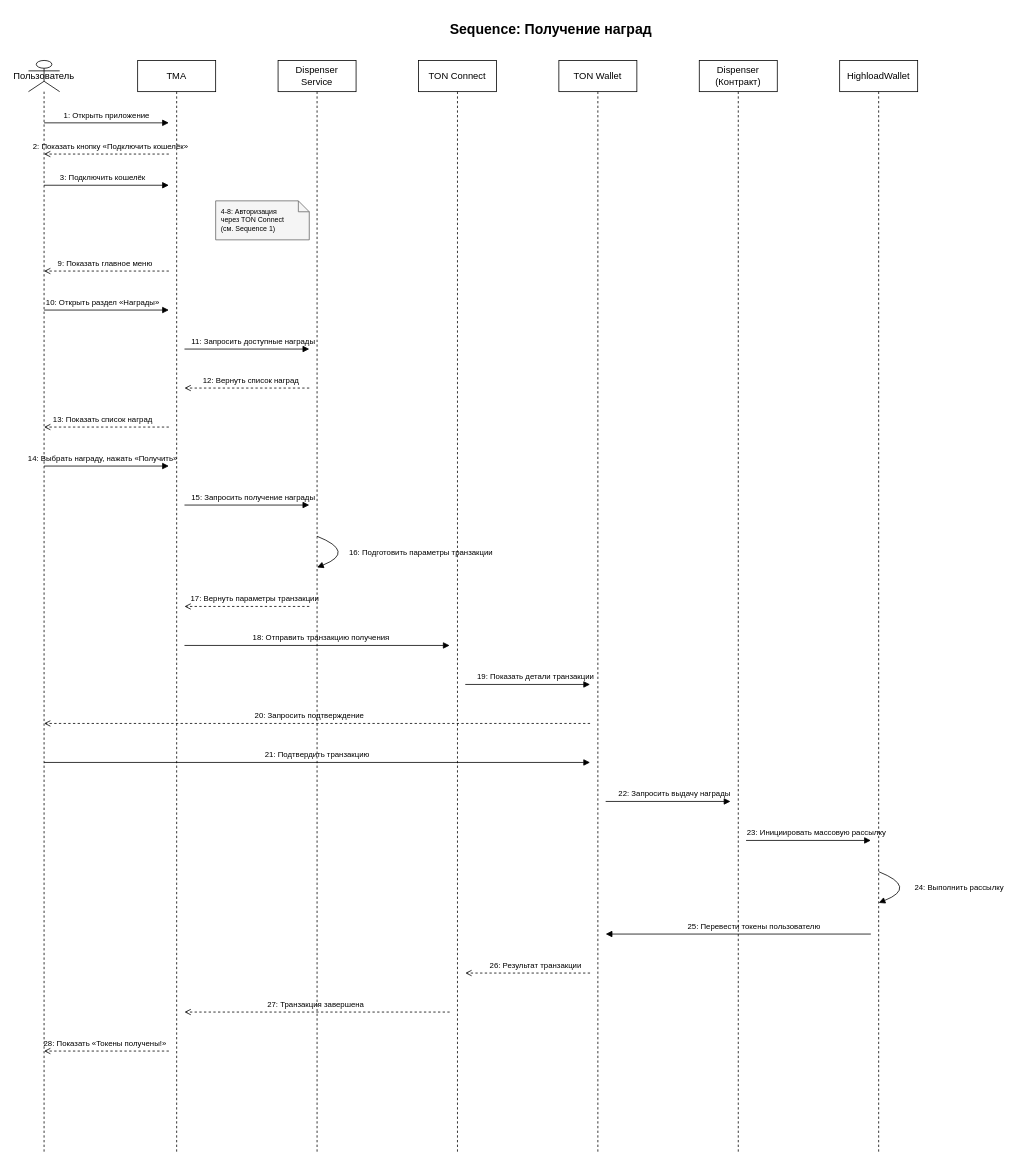
Before: diagrams/uml-sequence/sequence3.drawio in dondarubin/system-engineering-playbook, a draw.io diagram. Source tidied: cells renumbered, new cells numbered last; positions are measured from the earlier drawing's top-left corner, leaving out a move shared by most shapes. Both pictures are drawn from the tidied source at 78%, with x=0, y=0 at pixel (24, 13).
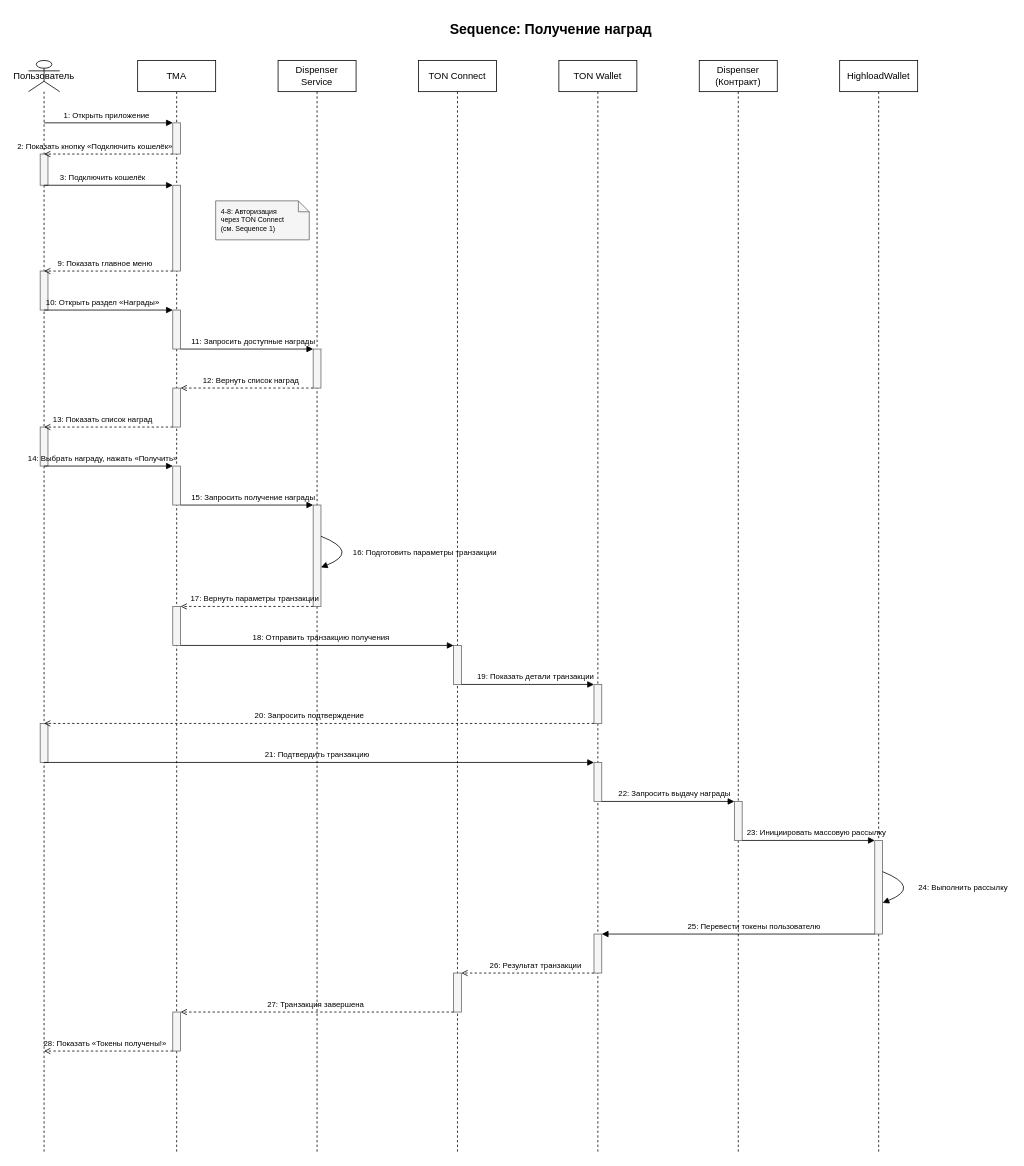
After the change.

Unchanged cells that the change refers to:
```xml
<mxCell id="3" value="Пользователь" style="shape=umlLifeline;perimeter=lifelinePerimeter;whiteSpace=wrap;html=1;participant=umlActor;" parent="1" vertex="1">
  <mxGeometry x="5" y="60" width="40" height="1400" as="geometry" />
</mxCell>
<mxCell id="4" value="TMA" style="shape=umlLifeline;perimeter=lifelinePerimeter;whiteSpace=wrap;html=1;" parent="1" vertex="1">
  <mxGeometry x="145" y="60" width="100" height="1400" as="geometry" />
</mxCell>
<mxCell id="5" value="Dispenser&#10;Service" style="shape=umlLifeline;perimeter=lifelinePerimeter;whiteSpace=wrap;html=1;" parent="1" vertex="1">
  <mxGeometry x="325" y="60" width="100" height="1400" as="geometry" />
</mxCell>
<mxCell id="6" value="TON Connect" style="shape=umlLifeline;perimeter=lifelinePerimeter;whiteSpace=wrap;html=1;" parent="1" vertex="1">
  <mxGeometry x="505" y="60" width="100" height="1400" as="geometry" />
</mxCell>
<mxCell id="7" value="TON Wallet" style="shape=umlLifeline;perimeter=lifelinePerimeter;whiteSpace=wrap;html=1;" parent="1" vertex="1">
  <mxGeometry x="685" y="60" width="100" height="1400" as="geometry" />
</mxCell>
<mxCell id="8" value="Dispenser&#10;(Контракт)" style="shape=umlLifeline;perimeter=lifelinePerimeter;whiteSpace=wrap;html=1;" parent="1" vertex="1">
  <mxGeometry x="865" y="60" width="100" height="1400" as="geometry" />
</mxCell>
<mxCell id="9" value="HighloadWallet" style="shape=umlLifeline;perimeter=lifelinePerimeter;whiteSpace=wrap;html=1;" parent="1" vertex="1">
  <mxGeometry x="1045" y="60" width="100" height="1400" as="geometry" />
</mxCell>
```

Change to the diagram source:
```diff
@@
+    <mxCell id="57" style="rounded=0;whiteSpace=wrap;html=1;fillColor=#f5f5f5;strokeColor=#666666;" parent="3" vertex="1">
+      <mxGeometry x="15" y="270" width="10" height="50" as="geometry" />
+    </mxCell>
+    <mxCell id="58" style="rounded=0;whiteSpace=wrap;html=1;fillColor=#f5f5f5;strokeColor=#666666;" parent="3" vertex="1">
+      <mxGeometry x="15" y="470" width="10" height="50" as="geometry" />
+    </mxCell>
+    <mxCell id="59" style="rounded=0;whiteSpace=wrap;html=1;fillColor=#f5f5f5;strokeColor=#666666;" parent="3" vertex="1">
+      <mxGeometry x="15" y="850" width="10" height="50" as="geometry" />
+    </mxCell>
+    <mxCell id="60" style="rounded=0;whiteSpace=wrap;html=1;fillColor=#f5f5f5;strokeColor=#666666;" parent="3" vertex="1">
+      <mxGeometry x="15" y="120" width="10" height="40" as="geometry" />
+    </mxCell>
@@
+    <mxCell id="61" style="rounded=0;whiteSpace=wrap;html=1;fillColor=#f5f5f5;strokeColor=#666666;" parent="4" vertex="1">
+      <mxGeometry x="45" y="1220" width="10" height="50" as="geometry" />
+    </mxCell>
+    <mxCell id="62" style="rounded=0;whiteSpace=wrap;html=1;fillColor=#f5f5f5;strokeColor=#666666;" parent="4" vertex="1">
+      <mxGeometry x="45" y="80" width="10" height="40" as="geometry" />
+    </mxCell>
+    <mxCell id="63" style="rounded=0;whiteSpace=wrap;html=1;fillColor=#f5f5f5;strokeColor=#666666;" parent="4" vertex="1">
+      <mxGeometry x="45" y="160" width="10" height="110" as="geometry" />
+    </mxCell>
+    <mxCell id="64" style="rounded=0;whiteSpace=wrap;html=1;fillColor=#f5f5f5;strokeColor=#666666;" parent="4" vertex="1">
+      <mxGeometry x="45" y="320" width="10" height="50" as="geometry" />
+    </mxCell>
+    <mxCell id="65" style="rounded=0;whiteSpace=wrap;html=1;fillColor=#f5f5f5;strokeColor=#666666;" parent="4" vertex="1">
+      <mxGeometry x="45" y="420" width="10" height="50" as="geometry" />
+    </mxCell>
+    <mxCell id="66" style="rounded=0;whiteSpace=wrap;html=1;fillColor=#f5f5f5;strokeColor=#666666;" parent="4" vertex="1">
+      <mxGeometry x="45" y="520" width="10" height="50" as="geometry" />
+    </mxCell>
+    <mxCell id="67" style="rounded=0;whiteSpace=wrap;html=1;fillColor=#f5f5f5;strokeColor=#666666;" parent="4" vertex="1">
+      <mxGeometry x="45" y="700" width="10" height="50" as="geometry" />
+    </mxCell>
@@
+    <mxCell id="68" style="rounded=0;whiteSpace=wrap;html=1;fillColor=#f5f5f5;strokeColor=#666666;" parent="5" vertex="1">
+      <mxGeometry x="45" y="370" width="10" height="50" as="geometry" />
+    </mxCell>
+    <mxCell id="69" style="rounded=0;whiteSpace=wrap;html=1;fillColor=#f5f5f5;strokeColor=#666666;" parent="5" vertex="1">
+      <mxGeometry x="45" y="570" width="10" height="130" as="geometry" />
+    </mxCell>
@@
+    <mxCell id="70" style="rounded=0;whiteSpace=wrap;html=1;fillColor=#f5f5f5;strokeColor=#666666;" parent="6" vertex="1">
+      <mxGeometry x="45" y="750" width="10" height="50" as="geometry" />
+    </mxCell>
+    <mxCell id="71" style="rounded=0;whiteSpace=wrap;html=1;fillColor=#f5f5f5;strokeColor=#666666;" parent="6" vertex="1">
+      <mxGeometry x="45" y="1170" width="10" height="50" as="geometry" />
+    </mxCell>
@@
+    <mxCell id="72" style="rounded=0;whiteSpace=wrap;html=1;fillColor=#f5f5f5;strokeColor=#666666;" parent="7" vertex="1">
+      <mxGeometry x="45" y="800" width="10" height="50" as="geometry" />
+    </mxCell>
+    <mxCell id="73" style="rounded=0;whiteSpace=wrap;html=1;fillColor=#f5f5f5;strokeColor=#666666;" parent="7" vertex="1">
+      <mxGeometry x="45" y="900" width="10" height="50" as="geometry" />
+    </mxCell>
+    <mxCell id="74" style="rounded=0;whiteSpace=wrap;html=1;fillColor=#f5f5f5;strokeColor=#666666;" parent="7" vertex="1">
+      <mxGeometry x="45" y="1120" width="10" height="50" as="geometry" />
+    </mxCell>
@@
+    <mxCell id="75" style="rounded=0;whiteSpace=wrap;html=1;fillColor=#f5f5f5;strokeColor=#666666;" parent="8" vertex="1">
+      <mxGeometry x="45" y="950" width="10" height="50" as="geometry" />
+    </mxCell>
@@
+    <mxCell id="76" style="rounded=0;whiteSpace=wrap;html=1;fillColor=#f5f5f5;strokeColor=#666666;" parent="9" vertex="1">
+      <mxGeometry x="45" y="1000" width="10" height="120" as="geometry" />
+    </mxCell>
     <mxCell id="10" style="html=1;verticalAlign=bottom;endArrow=block;rounded=0;" parent="1" edge="1">
       <mxGeometry relative="1" as="geometry">
         <mxPoint x="25" y="140" as="sourcePoint" />
-        <mxPoint x="185" y="140" as="targetPoint" />
+        <mxPoint x="190" y="140" as="targetPoint" />
       </mxGeometry>
     </mxCell>
@@
     <mxCell id="12" style="html=1;verticalAlign=bottom;endArrow=open;dashed=1;rounded=0;" parent="1" edge="1">
       <mxGeometry relative="1" as="geometry">
-        <mxPoint x="185" y="180" as="sourcePoint" />
+        <mxPoint x="190" y="180" as="sourcePoint" />
         <mxPoint x="25" y="180" as="targetPoint" />
       </mxGeometry>
     </mxCell>
     <mxCell id="13" value="2: Показать кнопку «Подключить кошелёк»" style="text;html=1;align=center;verticalAlign=middle;fontSize=10;" parent="1" vertex="1">
-      <mxGeometry x="10" y="160" width="200" height="20" as="geometry" />
+      <mxGeometry x="-10" y="160" width="200" height="20" as="geometry" />
     </mxCell>
     <mxCell id="14" style="html=1;verticalAlign=bottom;endArrow=block;rounded=0;" parent="1" edge="1">
       <mxGeometry relative="1" as="geometry">
         <mxPoint x="25" y="220" as="sourcePoint" />
-        <mxPoint x="185" y="220" as="targetPoint" />
+        <mxPoint x="190" y="220" as="targetPoint" />
       </mxGeometry>
     </mxCell>
@@
     <mxCell id="17" style="html=1;verticalAlign=bottom;endArrow=open;dashed=1;rounded=0;" parent="1" edge="1">
       <mxGeometry relative="1" as="geometry">
-        <mxPoint x="185" y="330" as="sourcePoint" />
+        <mxPoint x="190" y="330" as="sourcePoint" />
         <mxPoint x="25" y="330" as="targetPoint" />
       </mxGeometry>
     </mxCell>
@@
     <mxCell id="19" style="html=1;verticalAlign=bottom;endArrow=block;rounded=0;" parent="1" edge="1">
       <mxGeometry relative="1" as="geometry">
         <mxPoint x="25" y="380" as="sourcePoint" />
-        <mxPoint x="185" y="380" as="targetPoint" />
+        <mxPoint x="190" y="380" as="targetPoint" />
       </mxGeometry>
     </mxCell>
@@
     <mxCell id="21" style="html=1;verticalAlign=bottom;endArrow=block;rounded=0;" parent="1" edge="1">
       <mxGeometry relative="1" as="geometry">
-        <mxPoint x="205" y="430" as="sourcePoint" />
-        <mxPoint x="365" y="430" as="targetPoint" />
+        <mxPoint x="200" y="430" as="sourcePoint" />
+        <mxPoint x="370" y="430" as="targetPoint" />
       </mxGeometry>
     </mxCell>
@@
     <mxCell id="23" style="html=1;verticalAlign=bottom;endArrow=open;dashed=1;rounded=0;" parent="1" edge="1">
       <mxGeometry relative="1" as="geometry">
-        <mxPoint x="365" y="480" as="sourcePoint" />
-        <mxPoint x="205" y="480" as="targetPoint" />
+        <mxPoint x="370" y="480" as="sourcePoint" />
+        <mxPoint x="200" y="480" as="targetPoint" />
       </mxGeometry>
     </mxCell>
@@
     <mxCell id="25" style="html=1;verticalAlign=bottom;endArrow=open;dashed=1;rounded=0;" parent="1" edge="1">
       <mxGeometry relative="1" as="geometry">
-        <mxPoint x="185" y="530" as="sourcePoint" />
+        <mxPoint x="190" y="530" as="sourcePoint" />
         <mxPoint x="25" y="530" as="targetPoint" />
       </mxGeometry>
     </mxCell>
@@
     <mxCell id="27" style="html=1;verticalAlign=bottom;endArrow=block;rounded=0;" parent="1" edge="1">
       <mxGeometry relative="1" as="geometry">
         <mxPoint x="25" y="580" as="sourcePoint" />
-        <mxPoint x="185" y="580" as="targetPoint" />
+        <mxPoint x="190" y="580" as="targetPoint" />
       </mxGeometry>
     </mxCell>
@@
     <mxCell id="29" style="html=1;verticalAlign=bottom;endArrow=block;rounded=0;" parent="1" edge="1">
       <mxGeometry relative="1" as="geometry">
-        <mxPoint x="205" y="630" as="sourcePoint" />
-        <mxPoint x="365" y="630" as="targetPoint" />
+        <mxPoint x="200" y="630" as="sourcePoint" />
+        <mxPoint x="370" y="630" as="targetPoint" />
       </mxGeometry>
     </mxCell>
@@
     <mxCell id="31" style="html=1;verticalAlign=bottom;endArrow=block;rounded=0;curved=1;" parent="1" edge="1">
       <mxGeometry relative="1" as="geometry">
-        <mxPoint x="375" y="670" as="sourcePoint" />
-        <mxPoint x="375" y="710" as="targetPoint" />
+        <mxPoint x="380" y="670" as="sourcePoint" />
+        <mxPoint x="380" y="710" as="targetPoint" />
         <Array as="points">
-          <mxPoint x="425" y="690" />
+          <mxPoint x="430" y="690" />
         </Array>
       </mxGeometry>
     </mxCell>
     <mxCell id="32" value="16: Подготовить параметры транзакции" style="text;html=1;align=center;verticalAlign=middle;fontSize=10;" parent="1" vertex="1">
-      <mxGeometry x="415" y="680" width="185" height="20" as="geometry" />
+      <mxGeometry x="420" y="680" width="185" height="20" as="geometry" />
     </mxCell>
     <mxCell id="33" style="html=1;verticalAlign=bottom;endArrow=open;dashed=1;rounded=0;" parent="1" edge="1">
       <mxGeometry relative="1" as="geometry">
-        <mxPoint x="365" y="760" as="sourcePoint" />
-        <mxPoint x="205" y="760" as="targetPoint" />
+        <mxPoint x="370" y="760" as="sourcePoint" />
+        <mxPoint x="200" y="760" as="targetPoint" />
       </mxGeometry>
     </mxCell>
@@
     <mxCell id="35" style="html=1;verticalAlign=bottom;endArrow=block;rounded=0;" parent="1" edge="1">
       <mxGeometry relative="1" as="geometry">
-        <mxPoint x="205" y="810" as="sourcePoint" />
-        <mxPoint x="545" y="810" as="targetPoint" />
+        <mxPoint x="200" y="810" as="sourcePoint" />
+        <mxPoint x="550" y="810" as="targetPoint" />
       </mxGeometry>
     </mxCell>
@@
     <mxCell id="37" style="html=1;verticalAlign=bottom;endArrow=block;rounded=0;" parent="1" edge="1">
       <mxGeometry relative="1" as="geometry">
-        <mxPoint x="565" y="860" as="sourcePoint" />
-        <mxPoint x="725" y="860" as="targetPoint" />
+        <mxPoint x="560" y="860" as="sourcePoint" />
+        <mxPoint x="730" y="860" as="targetPoint" />
       </mxGeometry>
     </mxCell>
@@
     <mxCell id="39" style="html=1;verticalAlign=bottom;endArrow=open;dashed=1;rounded=0;" parent="1" edge="1">
       <mxGeometry relative="1" as="geometry">
-        <mxPoint x="725" y="910" as="sourcePoint" />
+        <mxPoint x="730" y="910" as="sourcePoint" />
         <mxPoint x="25" y="910" as="targetPoint" />
       </mxGeometry>
     </mxCell>
@@
     <mxCell id="41" style="html=1;verticalAlign=bottom;endArrow=block;rounded=0;" parent="1" edge="1">
       <mxGeometry relative="1" as="geometry">
         <mxPoint x="25" y="960" as="sourcePoint" />
-        <mxPoint x="725" y="960" as="targetPoint" />
+        <mxPoint x="730" y="960" as="targetPoint" />
       </mxGeometry>
     </mxCell>
@@
     <mxCell id="43" style="html=1;verticalAlign=bottom;endArrow=block;rounded=0;" parent="1" edge="1">
       <mxGeometry relative="1" as="geometry">
-        <mxPoint x="745" y="1010" as="sourcePoint" />
-        <mxPoint x="905" y="1010" as="targetPoint" />
+        <mxPoint x="740" y="1010" as="sourcePoint" />
+        <mxPoint x="910" y="1010" as="targetPoint" />
       </mxGeometry>
     </mxCell>
@@
     <mxCell id="45" style="html=1;verticalAlign=bottom;endArrow=block;rounded=0;" parent="1" edge="1">
       <mxGeometry relative="1" as="geometry">
-        <mxPoint x="925" y="1060" as="sourcePoint" />
-        <mxPoint x="1085" y="1060" as="targetPoint" />
+        <mxPoint x="920" y="1060" as="sourcePoint" />
+        <mxPoint x="1090" y="1060" as="targetPoint" />
       </mxGeometry>
     </mxCell>
@@
     <mxCell id="47" style="html=1;verticalAlign=bottom;endArrow=block;rounded=0;curved=1;" parent="1" edge="1">
       <mxGeometry relative="1" as="geometry">
-        <mxPoint x="1095" y="1100" as="sourcePoint" />
-        <mxPoint x="1095" y="1140" as="targetPoint" />
+        <mxPoint x="1100" y="1100" as="sourcePoint" />
+        <mxPoint x="1100" y="1140" as="targetPoint" />
         <Array as="points">
-          <mxPoint x="1145" y="1120" />
+          <mxPoint x="1150" y="1120" />
         </Array>
       </mxGeometry>
     </mxCell>
     <mxCell id="48" value="24: Выполнить рассылку" style="text;html=1;align=center;verticalAlign=middle;fontSize=10;" parent="1" vertex="1">
-      <mxGeometry x="1135" y="1110" width="125" height="20" as="geometry" />
+      <mxGeometry x="1140" y="1110" width="125" height="20" as="geometry" />
     </mxCell>
     <mxCell id="49" style="html=1;verticalAlign=bottom;endArrow=block;rounded=0;" parent="1" edge="1">
       <mxGeometry relative="1" as="geometry">
-        <mxPoint x="1085" y="1180" as="sourcePoint" />
-        <mxPoint x="745" y="1180" as="targetPoint" />
+        <mxPoint x="1090" y="1180" as="sourcePoint" />
+        <mxPoint x="740" y="1180" as="targetPoint" />
       </mxGeometry>
     </mxCell>
@@
     <mxCell id="51" style="html=1;verticalAlign=bottom;endArrow=open;dashed=1;rounded=0;" parent="1" edge="1">
       <mxGeometry relative="1" as="geometry">
-        <mxPoint x="725" y="1230" as="sourcePoint" />
-        <mxPoint x="565" y="1230" as="targetPoint" />
+        <mxPoint x="730" y="1230" as="sourcePoint" />
+        <mxPoint x="560" y="1230" as="targetPoint" />
       </mxGeometry>
     </mxCell>
@@
     <mxCell id="53" style="html=1;verticalAlign=bottom;endArrow=open;dashed=1;rounded=0;" parent="1" edge="1">
       <mxGeometry relative="1" as="geometry">
-        <mxPoint x="545" y="1280" as="sourcePoint" />
-        <mxPoint x="205" y="1280" as="targetPoint" />
+        <mxPoint x="550" y="1280" as="sourcePoint" />
+        <mxPoint x="200" y="1280" as="targetPoint" />
       </mxGeometry>
     </mxCell>
@@
     <mxCell id="55" style="html=1;verticalAlign=bottom;endArrow=open;dashed=1;rounded=0;" parent="1" edge="1">
       <mxGeometry relative="1" as="geometry">
-        <mxPoint x="185" y="1330" as="sourcePoint" />
+        <mxPoint x="190" y="1330" as="sourcePoint" />
         <mxPoint x="25" y="1330" as="targetPoint" />
       </mxGeometry>
     </mxCell>
```
